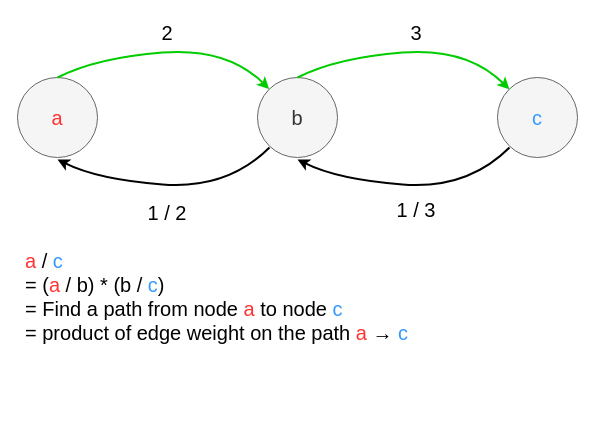
Above: Evaluate division.drawio in brianchiang-tw/leetcode (draw.io), before the change. Source tidied: cells renumbered, new cells numbered last; positions are measured from the earlier drawing's top-left corner, leaving out a move shared by most shapes. Both pictures are drawn from the tidied source at 100%, with x=0, y=0 at pixel (17, 17).
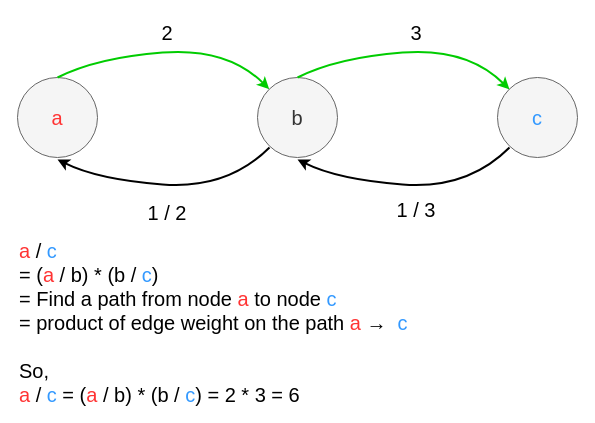
The same diagram, later.

What changed in the source:
```diff
@@
-    <mxCell id="13" value="&lt;font style=&quot;font-size: 20px;&quot;&gt;&lt;font style=&quot;font-size: 20px;&quot;&gt;&lt;font color=&quot;#ff3333&quot;&gt;a&lt;/font&gt;&lt;font color=&quot;#000000&quot;&gt; / &lt;/font&gt;&lt;font color=&quot;#3399ff&quot;&gt;c&lt;/font&gt;&lt;br&gt;&lt;font color=&quot;#000000&quot;&gt;= (&lt;/font&gt;&lt;/font&gt;&lt;font color=&quot;#ff3333&quot;&gt;a&lt;/font&gt;&lt;font color=&quot;#000000&quot;&gt; / b&lt;/font&gt;&lt;font style=&quot;color: rgb(0, 0, 0); font-size: 20px;&quot;&gt;) * (&lt;/font&gt;&lt;font color=&quot;#000000&quot;&gt;b / &lt;/font&gt;&lt;font color=&quot;#3399ff&quot;&gt;c&lt;/font&gt;&lt;/font&gt;&lt;font style=&quot;font-size: 20px;&quot; color=&quot;#000000&quot;&gt;&lt;font style=&quot;font-size: 20px;&quot;&gt;)&lt;br&gt;&lt;/font&gt;= Find a path from node &lt;/font&gt;&lt;font color=&quot;#ff3333&quot; style=&quot;font-size: 20px;&quot;&gt;a&lt;/font&gt;&lt;font style=&quot;font-size: 20px;&quot; color=&quot;#000000&quot;&gt; to node &lt;/font&gt;&lt;font style=&quot;font-size: 20px;&quot;&gt;&lt;font color=&quot;#3399ff&quot;&gt;c&lt;/font&gt;&lt;br&gt;&lt;font color=&quot;#000000&quot;&gt;= product of edge weight on the path &lt;/font&gt;&lt;/font&gt;&lt;font color=&quot;#ff3333&quot; style=&quot;font-size: 20px;&quot;&gt;a&lt;/font&gt;&lt;font style=&quot;font-size: 20px;&quot; color=&quot;#000000&quot;&gt; → &lt;/font&gt;&lt;font style=&quot;font-size: 20px;&quot;&gt;&lt;font color=&quot;#3399ff&quot;&gt;c&lt;/font&gt;&lt;br&gt;&lt;/font&gt;" style="text;html=1;strokeColor=none;fillColor=none;align=left;verticalAlign=middle;whiteSpace=wrap;rounded=0;" parent="1" vertex="1">
-      <mxGeometry x="6" y="226" width="459" height="106" as="geometry" />
+    <mxCell id="13" value="&lt;font style=&quot;font-size: 20px;&quot;&gt;&lt;font style=&quot;font-size: 20px;&quot;&gt;&lt;font color=&quot;#ff3333&quot;&gt;a&lt;/font&gt;&lt;font color=&quot;#000000&quot;&gt; / &lt;/font&gt;&lt;font color=&quot;#3399ff&quot;&gt;c&lt;/font&gt;&lt;br&gt;&lt;font color=&quot;#000000&quot;&gt;= (&lt;/font&gt;&lt;/font&gt;&lt;font color=&quot;#ff3333&quot;&gt;a&lt;/font&gt;&lt;font color=&quot;#000000&quot;&gt; / b&lt;/font&gt;&lt;font style=&quot;color: rgb(0, 0, 0); font-size: 20px;&quot;&gt;) * (&lt;/font&gt;&lt;font color=&quot;#000000&quot;&gt;b / &lt;/font&gt;&lt;font color=&quot;#3399ff&quot;&gt;c&lt;/font&gt;&lt;/font&gt;&lt;font style=&quot;font-size: 20px;&quot; color=&quot;#000000&quot;&gt;&lt;font style=&quot;font-size: 20px;&quot;&gt;)&lt;br&gt;&lt;/font&gt;= Find a path from node &lt;/font&gt;&lt;font color=&quot;#ff3333&quot; style=&quot;font-size: 20px;&quot;&gt;a&lt;/font&gt;&lt;font style=&quot;font-size: 20px;&quot; color=&quot;#000000&quot;&gt; to node &lt;/font&gt;&lt;font style=&quot;font-size: 20px;&quot;&gt;&lt;font color=&quot;#3399ff&quot;&gt;c&lt;/font&gt;&lt;br&gt;&lt;font color=&quot;#000000&quot;&gt;= product of edge weight on the path &lt;/font&gt;&lt;/font&gt;&lt;font color=&quot;#ff3333&quot; style=&quot;font-size: 20px;&quot;&gt;a&lt;/font&gt;&lt;font style=&quot;font-size: 20px;&quot; color=&quot;#000000&quot;&gt; →&amp;nbsp; &lt;/font&gt;&lt;font style=&quot;font-size: 20px;&quot;&gt;&lt;font color=&quot;#3399ff&quot;&gt;c&lt;br&gt;&lt;/font&gt;&lt;br&gt;&lt;font color=&quot;#000000&quot;&gt;So,&lt;/font&gt;&amp;nbsp;&lt;br&gt;&lt;font color=&quot;#ff3333&quot;&gt;a&lt;/font&gt;&lt;font color=&quot;#000000&quot;&gt;&amp;nbsp;/&amp;nbsp;&lt;/font&gt;&lt;font color=&quot;#3399ff&quot;&gt;c&amp;nbsp;&lt;/font&gt;&lt;font color=&quot;#000000&quot;&gt;= (&lt;/font&gt;&lt;font color=&quot;#ff3333&quot;&gt;a&lt;/font&gt;&lt;font color=&quot;#000000&quot;&gt;&amp;nbsp;/ b&lt;/font&gt;&lt;font style=&quot;color: rgb(0, 0, 0);&quot;&gt;) * (&lt;/font&gt;&lt;font color=&quot;#000000&quot;&gt;b /&amp;nbsp;&lt;/font&gt;&lt;font color=&quot;#3399ff&quot;&gt;c&lt;/font&gt;&lt;font color=&quot;#000000&quot;&gt;) = 2 * 3 = 6&lt;/font&gt;&lt;br&gt;&lt;/font&gt;" style="text;html=1;strokeColor=none;fillColor=none;align=left;verticalAlign=middle;whiteSpace=wrap;rounded=0;" parent="1" vertex="1">
+      <mxGeometry y="238" width="459" height="134" as="geometry" />
     </mxCell>
```
